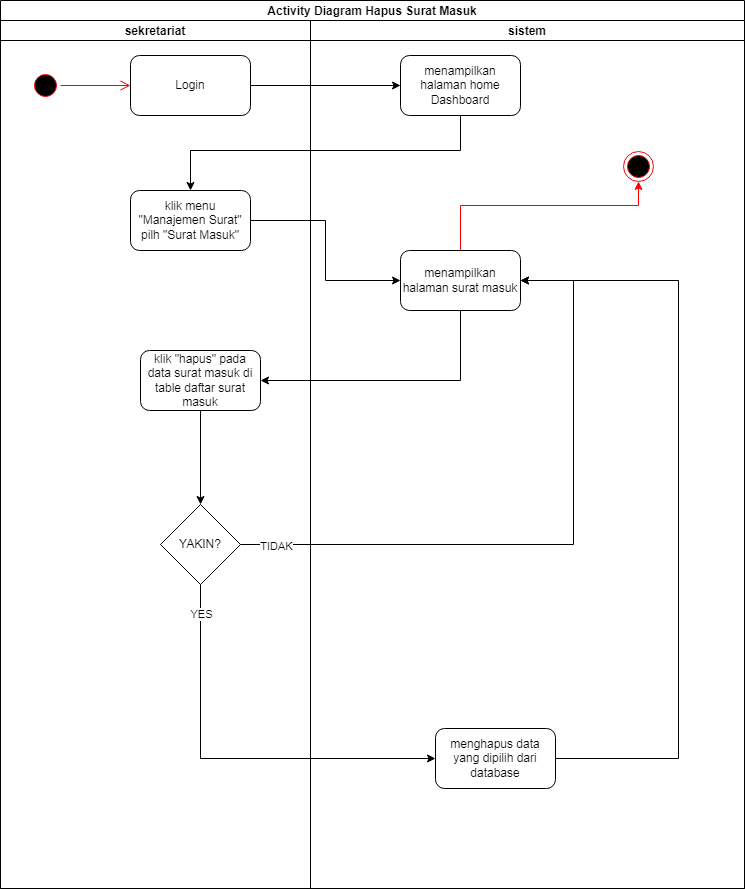
Above: SKRIPSI/UML/2. ACTIVITY/SURAT MASUK/DELETE.png in Rusadi-0/KULIAH (draw.io), before the change. Source tidied: cells renumbered, new cells last; positions are measured from the earlier drawing's top-left corner, leaving out a move shared by most shapes. Its diagram source:
```xml
<mxGraphModel>
  <root>
    <mxCell id="0" />
    <mxCell id="1" parent="0" />
    <mxCell id="2" value="Activity Diagram Hapus Surat Masuk" style="swimlane;startSize=20;" parent="1" vertex="1">
      <mxGeometry width="744" height="888" as="geometry" />
    </mxCell>
    <mxCell id="3" value="sekretariat" style="swimlane;startSize=20;" parent="2" vertex="1">
      <mxGeometry y="20" width="310" height="868" as="geometry" />
    </mxCell>
    <mxCell id="4" style="ellipse;html=1;shape=startState;fillColor=#000000;strokeColor=#ff0000;" parent="3" vertex="1">
      <mxGeometry x="30" y="50" width="30" height="30" as="geometry" />
    </mxCell>
    <mxCell id="5" style="edgeStyle=orthogonalEdgeStyle;html=1;verticalAlign=bottom;endArrow=open;endSize=8;strokeColor=#ff0000;rounded=0;" parent="3" edge="1" source="4">
      <mxGeometry relative="1" as="geometry">
        <mxPoint x="130" y="65" as="targetPoint" />
      </mxGeometry>
    </mxCell>
    <mxCell id="6" value="Login" style="rounded=1;whiteSpace=wrap;html=1;" parent="3" vertex="1">
      <mxGeometry x="130" y="35" width="120" height="60" as="geometry" />
    </mxCell>
    <mxCell id="7" value="klik menu &quot;Manajemen Surat&quot; pilh &quot;Surat Masuk&quot;" style="rounded=1;whiteSpace=wrap;html=1;" parent="3" vertex="1">
      <mxGeometry x="130" y="170" width="120" height="60" as="geometry" />
    </mxCell>
    <mxCell id="8" style="edgeStyle=orthogonalEdgeStyle;rounded=0;jettySize=auto;html=1;entryX=0.5;entryY=0;entryDx=0;entryDy=0;strokeColor=#000000;" parent="3" edge="1" source="9" target="10">
      <mxGeometry relative="1" as="geometry" />
    </mxCell>
    <mxCell id="9" value="klik &quot;hapus&quot; pada data surat masuk di table daftar surat masuk" style="rounded=1;whiteSpace=wrap;html=1;" parent="3" vertex="1">
      <mxGeometry x="140" y="330" width="120" height="60" as="geometry" />
    </mxCell>
    <mxCell id="10" value="YAKIN?" style="rhombus;whiteSpace=wrap;html=1;" parent="3" vertex="1">
      <mxGeometry x="160" y="484" width="80" height="80" as="geometry" />
    </mxCell>
    <mxCell id="11" value="sistem" style="swimlane;startSize=20;" parent="2" vertex="1">
      <mxGeometry x="310" y="20" width="434" height="868" as="geometry" />
    </mxCell>
    <mxCell id="12" value="menampilkan halaman home Dashboard" style="rounded=1;whiteSpace=wrap;html=1;" parent="11" vertex="1">
      <mxGeometry x="90" y="35" width="120" height="60" as="geometry" />
    </mxCell>
    <mxCell id="13" style="edgeStyle=orthogonalEdgeStyle;rounded=0;jettySize=auto;html=1;strokeColor=#FF0000;" parent="11" edge="1" source="14" target="17">
      <mxGeometry relative="1" as="geometry">
        <Array as="points">
          <mxPoint x="150" y="185" />
          <mxPoint x="328" y="185" />
        </Array>
      </mxGeometry>
    </mxCell>
    <mxCell id="14" value="menampilkan halaman surat masuk" style="rounded=1;whiteSpace=wrap;html=1;" parent="11" vertex="1">
      <mxGeometry x="90" y="230" width="120" height="60" as="geometry" />
    </mxCell>
    <mxCell id="15" style="edgeStyle=orthogonalEdgeStyle;rounded=0;jettySize=auto;html=1;entryX=1;entryY=0.5;entryDx=0;entryDy=0;" parent="11" edge="1" source="16" target="14">
      <mxGeometry relative="1" as="geometry">
        <Array as="points">
          <mxPoint x="368" y="738" />
          <mxPoint x="368" y="260" />
        </Array>
      </mxGeometry>
    </mxCell>
    <mxCell id="16" value="menghapus data yang dipilih dari database" style="rounded=1;whiteSpace=wrap;html=1;" parent="11" vertex="1">
      <mxGeometry x="125" y="708" width="120" height="60" as="geometry" />
    </mxCell>
    <mxCell id="17" style="ellipse;html=1;shape=endState;fillColor=#000000;strokeColor=#ff0000;" parent="11" vertex="1">
      <mxGeometry x="313" y="131" width="30" height="30" as="geometry" />
    </mxCell>
    <mxCell id="18" style="edgeStyle=orthogonalEdgeStyle;rounded=0;jettySize=auto;html=1;entryX=0;entryY=0.5;entryDx=0;entryDy=0;" parent="2" edge="1" source="6" target="12">
      <mxGeometry relative="1" as="geometry" />
    </mxCell>
    <mxCell id="19" style="edgeStyle=orthogonalEdgeStyle;rounded=0;jettySize=auto;html=1;entryX=0.5;entryY=0;entryDx=0;entryDy=0;" parent="2" edge="1" source="12" target="7">
      <mxGeometry relative="1" as="geometry">
        <Array as="points">
          <mxPoint x="460" y="150" />
          <mxPoint x="190" y="150" />
        </Array>
      </mxGeometry>
    </mxCell>
    <mxCell id="20" style="edgeStyle=orthogonalEdgeStyle;rounded=0;jettySize=auto;html=1;entryX=0;entryY=0.5;entryDx=0;entryDy=0;" parent="2" edge="1" source="7" target="14">
      <mxGeometry relative="1" as="geometry" />
    </mxCell>
    <mxCell id="21" style="edgeStyle=orthogonalEdgeStyle;rounded=0;jettySize=auto;html=1;entryX=1;entryY=0.5;entryDx=0;entryDy=0;" parent="2" edge="1" source="14" target="9">
      <mxGeometry relative="1" as="geometry">
        <Array as="points">
          <mxPoint x="460" y="380" />
        </Array>
      </mxGeometry>
    </mxCell>
    <mxCell id="22" style="edgeStyle=orthogonalEdgeStyle;rounded=0;orthogonalLoop=1;jettySize=auto;html=1;entryX=1;entryY=0.5;entryDx=0;entryDy=0;" parent="2" edge="1">
      <mxGeometry relative="1" as="geometry">
        <mxPoint x="240" y="544" as="sourcePoint" />
        <mxPoint x="520" y="280" as="targetPoint" />
        <Array as="points">
          <mxPoint x="573" y="544" />
          <mxPoint x="573" y="280" />
        </Array>
      </mxGeometry>
    </mxCell>
    <mxCell id="23" value="TIDAK" style="edgeLabel;html=1;align=center;verticalAlign=middle;" parent="22" vertex="1">
      <mxGeometry x="-0.89" y="-1" relative="1" as="geometry" />
    </mxCell>
    <mxCell id="24" style="edgeStyle=orthogonalEdgeStyle;rounded=0;jettySize=auto;html=1;entryX=0;entryY=0.5;entryDx=0;entryDy=0;strokeColor=#000000;" parent="2" edge="1" source="10" target="16">
      <mxGeometry relative="1" as="geometry">
        <Array as="points">
          <mxPoint x="200" y="758" />
        </Array>
      </mxGeometry>
    </mxCell>
    <mxCell id="25" value="YES" style="edgeLabel;html=1;align=center;verticalAlign=middle;" parent="24" vertex="1">
      <mxGeometry x="-0.06" relative="1" as="geometry">
        <mxPoint x="-18" y="-145" as="offset" />
      </mxGeometry>
    </mxCell>
  </root>
</mxGraphModel>
```
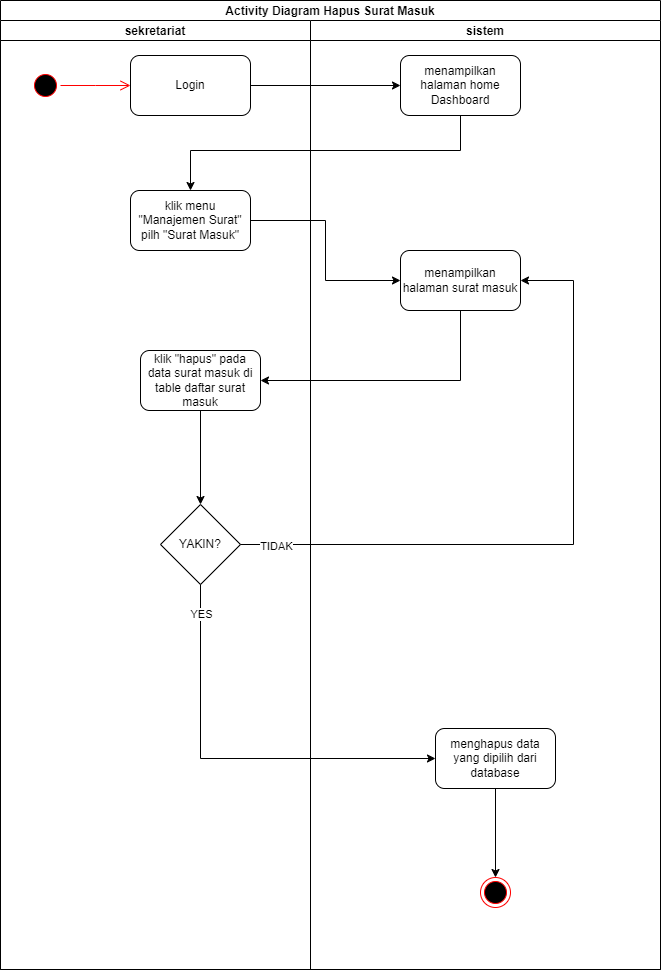
After the change.

Change to the diagram source:
```diff
@@ -3,10 +3,10 @@
     <mxCell id="0" />
     <mxCell id="1" parent="0" />
     <mxCell id="2" value="Activity Diagram Hapus Surat Masuk" style="swimlane;startSize=20;" parent="1" vertex="1">
-      <mxGeometry width="744" height="888" as="geometry" />
+      <mxGeometry width="660" height="969" as="geometry" />
     </mxCell>
     <mxCell id="3" value="sekretariat" style="swimlane;startSize=20;" parent="2" vertex="1">
-      <mxGeometry y="20" width="310" height="868" as="geometry" />
+      <mxGeometry y="20" width="310" height="949" as="geometry" />
     </mxCell>
     <mxCell id="4" style="ellipse;html=1;shape=startState;fillColor=#000000;strokeColor=#ff0000;" parent="3" vertex="1">
       <mxGeometry x="30" y="50" width="30" height="30" as="geometry" />
@@ -32,35 +32,22 @@
       <mxGeometry x="160" y="484" width="80" height="80" as="geometry" />
     </mxCell>
     <mxCell id="11" value="sistem" style="swimlane;startSize=20;" parent="2" vertex="1">
-      <mxGeometry x="310" y="20" width="434" height="868" as="geometry" />
+      <mxGeometry x="310" y="20" width="350" height="949" as="geometry" />
     </mxCell>
     <mxCell id="12" value="menampilkan halaman home Dashboard" style="rounded=1;whiteSpace=wrap;html=1;" parent="11" vertex="1">
       <mxGeometry x="90" y="35" width="120" height="60" as="geometry" />
     </mxCell>
-    <mxCell id="13" style="edgeStyle=orthogonalEdgeStyle;rounded=0;jettySize=auto;html=1;strokeColor=#FF0000;" parent="11" edge="1" source="14" target="17">
-      <mxGeometry relative="1" as="geometry">
-        <Array as="points">
-          <mxPoint x="150" y="185" />
-          <mxPoint x="328" y="185" />
-        </Array>
-      </mxGeometry>
-    </mxCell>
     <mxCell id="14" value="menampilkan halaman surat masuk" style="rounded=1;whiteSpace=wrap;html=1;" parent="11" vertex="1">
       <mxGeometry x="90" y="230" width="120" height="60" as="geometry" />
     </mxCell>
-    <mxCell id="15" style="edgeStyle=orthogonalEdgeStyle;rounded=0;jettySize=auto;html=1;entryX=1;entryY=0.5;entryDx=0;entryDy=0;" parent="11" edge="1" source="16" target="14">
-      <mxGeometry relative="1" as="geometry">
-        <Array as="points">
-          <mxPoint x="368" y="738" />
-          <mxPoint x="368" y="260" />
-        </Array>
-      </mxGeometry>
-    </mxCell>
+    <mxCell id="26" style="edgeStyle=orthogonalEdgeStyle;rounded=0;jettySize=auto;html=1;" parent="11" edge="1" source="16" target="17">
+      <mxGeometry relative="1" as="geometry" />
+    </mxCell>
     <mxCell id="16" value="menghapus data yang dipilih dari database" style="rounded=1;whiteSpace=wrap;html=1;" parent="11" vertex="1">
       <mxGeometry x="125" y="708" width="120" height="60" as="geometry" />
     </mxCell>
     <mxCell id="17" style="ellipse;html=1;shape=endState;fillColor=#000000;strokeColor=#ff0000;" parent="11" vertex="1">
-      <mxGeometry x="313" y="131" width="30" height="30" as="geometry" />
+      <mxGeometry x="170" y="857" width="30" height="30" as="geometry" />
     </mxCell>
     <mxCell id="18" style="edgeStyle=orthogonalEdgeStyle;rounded=0;jettySize=auto;html=1;entryX=0;entryY=0.5;entryDx=0;entryDy=0;" parent="2" edge="1" source="6" target="12">
       <mxGeometry relative="1" as="geometry" />
```
